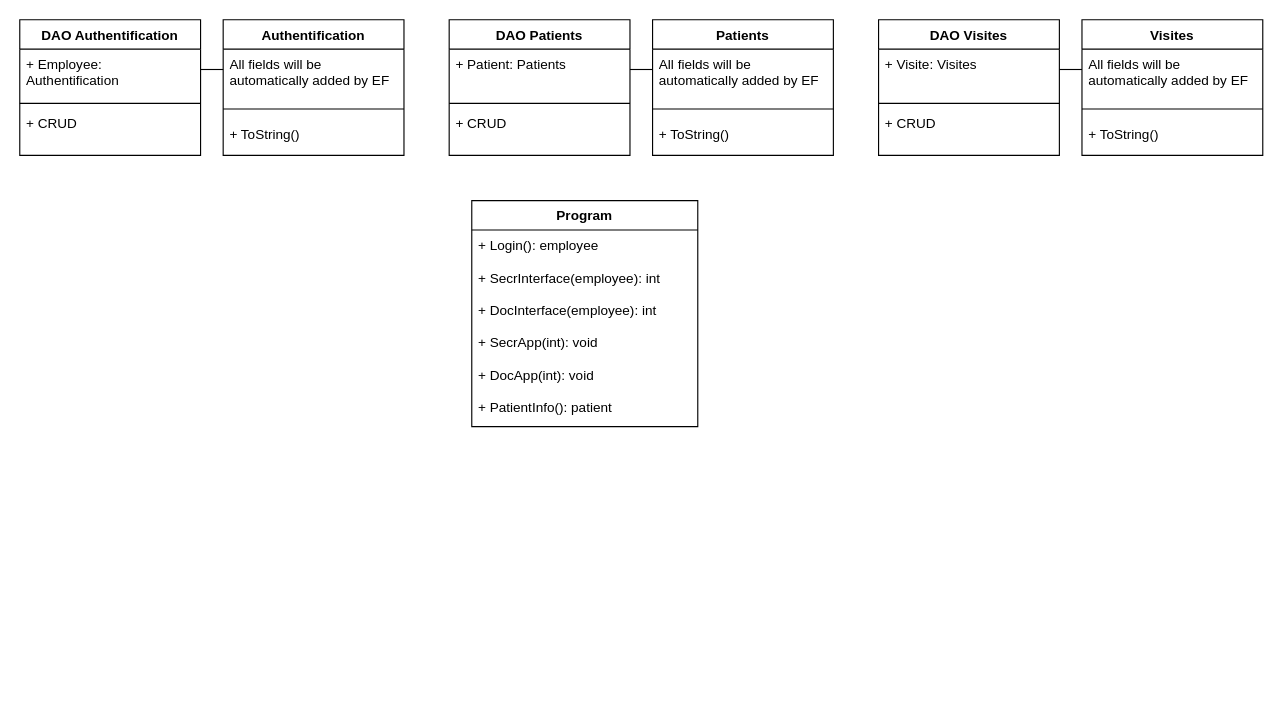
Above: DiagHopital.drawio in Pierre-Eloi/AJC_ProjetHopital (draw.io), before the change. Source tidied: cells renumbered, new cells numbered last; positions are measured from the earlier drawing's top-left corner, leaving out a move shared by most shapes. Both pictures are drawn from the tidied source at 113%, with x=0, y=0 at pixel (19, 19).
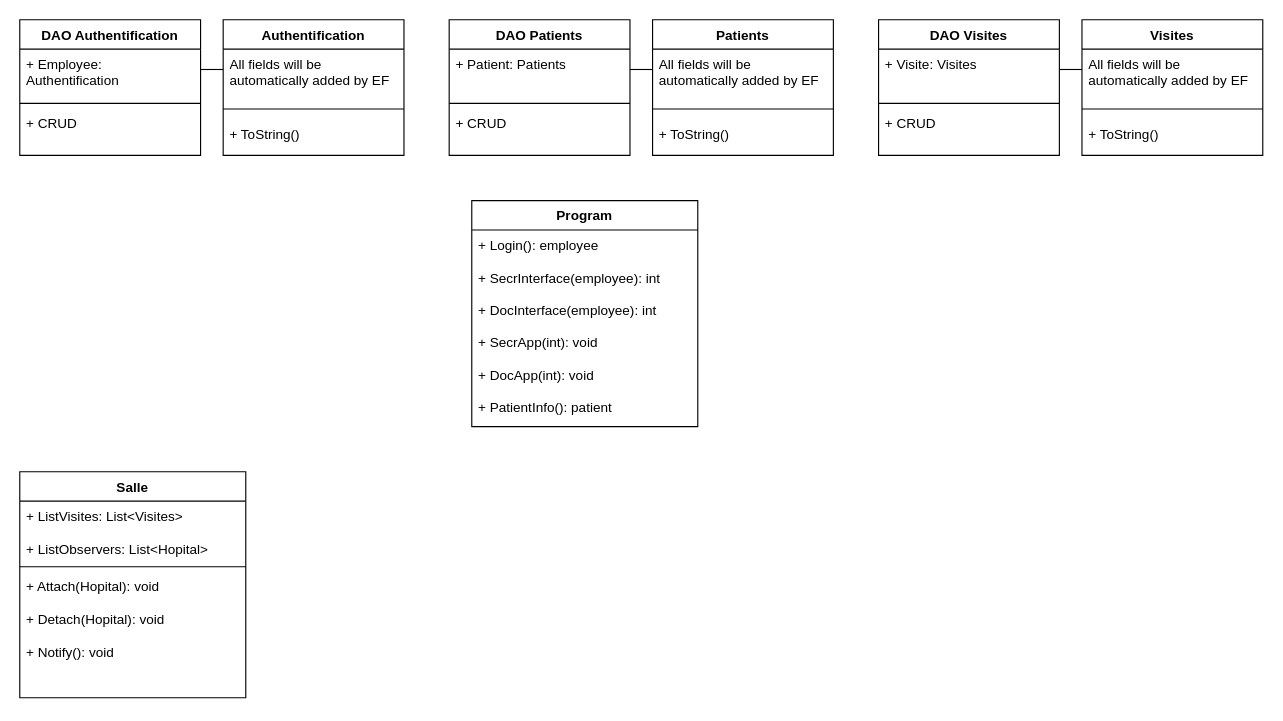
The same diagram, later.

Commit message (it also covers changes not shown here):
Mettre à jour DiagHopital.drawio

Diff of the diagram source:
```diff
@@
+    <mxCell id="31" value="Salle" style="swimlane;fontStyle=1;align=center;verticalAlign=top;horizontal=1;startSize=26;whiteSpace=wrap;html=1;" parent="1" vertex="1">
+      <mxGeometry y="400" width="200" height="200" as="geometry" />
+    </mxCell>
+    <mxCell id="32" value="+ ListVisites: List&amp;lt;Visites&amp;gt;&lt;br&gt;&lt;br&gt;+ ListObservers: List&amp;lt;Hopital&amp;gt;" style="text;strokeColor=none;fillColor=none;align=left;verticalAlign=top;spacingLeft=4;spacingRight=4;overflow=hidden;whiteSpace=wrap;html=1;" parent="31" vertex="1">
+      <mxGeometry y="26" width="200" height="54" as="geometry" />
+    </mxCell>
+    <mxCell id="33" style="line;strokeWidth=1;fillColor=none;align=left;verticalAlign=middle;spacingTop=-1;spacingLeft=3;spacingRight=3;labelPosition=right;strokeColor=inherit;" parent="31" vertex="1">
+      <mxGeometry y="80" width="200" height="8" as="geometry" />
+    </mxCell>
+    <mxCell id="34" value="+ Attach(Hopital): void&lt;br&gt;&lt;br&gt;+ Detach(Hopital): void&lt;br&gt;&lt;br&gt;+ Notify(): void" style="text;strokeColor=none;fillColor=none;align=left;verticalAlign=top;spacingLeft=4;spacingRight=4;overflow=hidden;whiteSpace=wrap;html=1;" parent="31" vertex="1">
+      <mxGeometry y="88" width="200" height="112" as="geometry" />
+    </mxCell>
```
